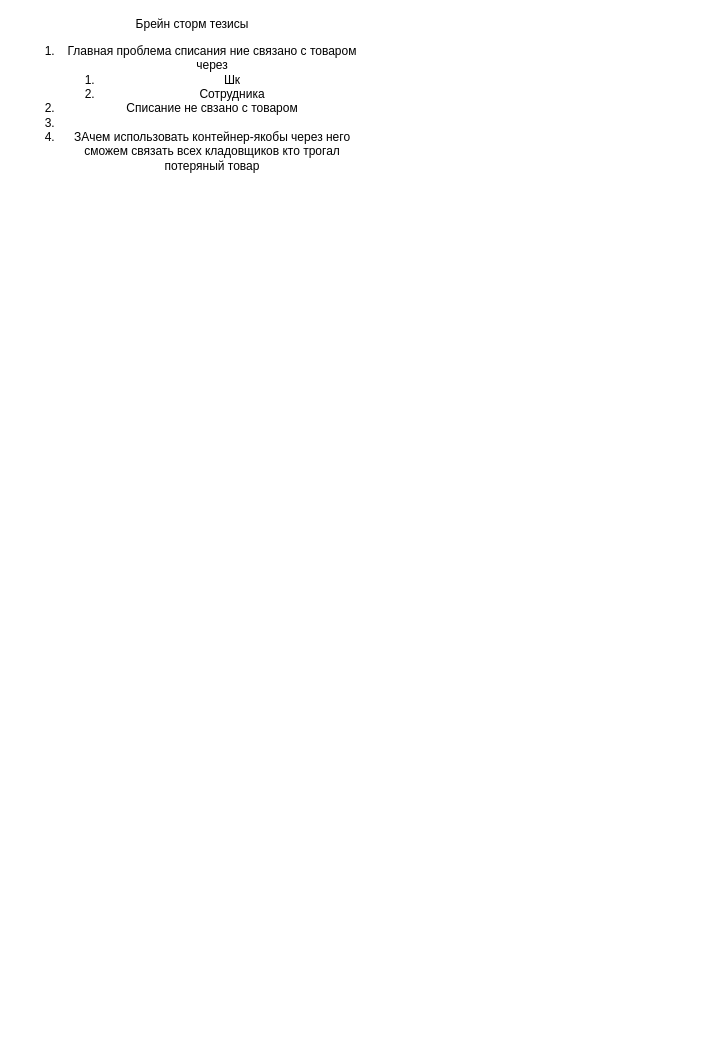
This is Write_off_wh.drawio from AntonKoltsov85/Schemes, a draw.io file, before an edit. Source tidied: cells renumbered, new cells numbered last; positions are measured from the earlier drawing's top-left corner, leaving out a move shared by most shapes. Both pictures are drawn from the tidied source at 100%, with x=0, y=0 at pixel (17, 38).
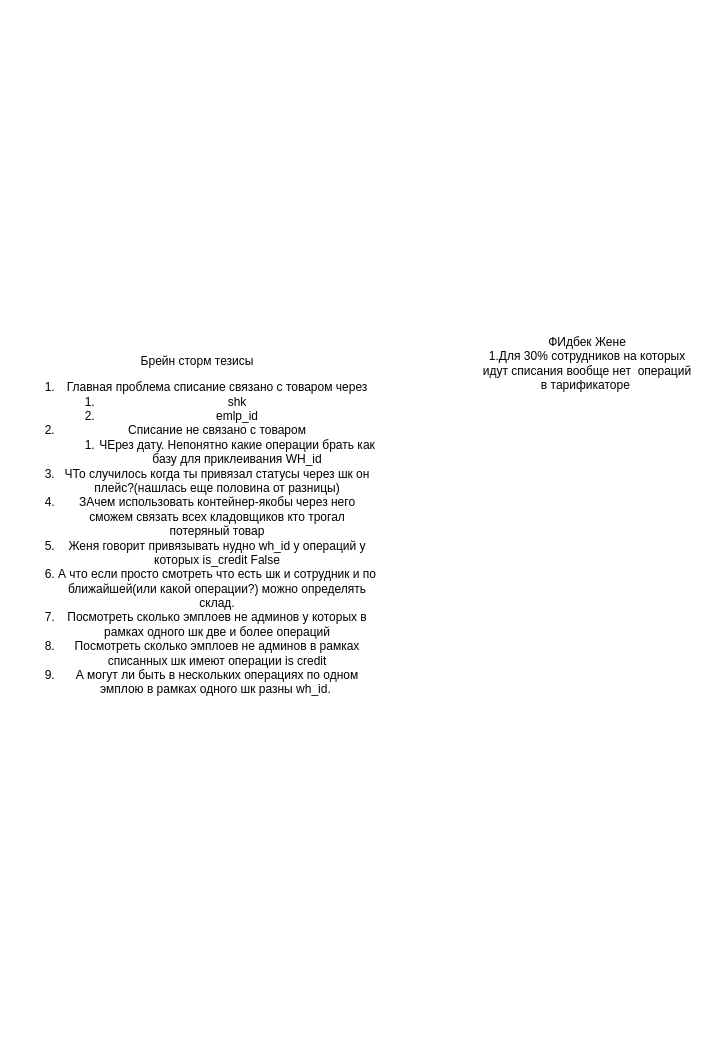
Above is the later version.

Change to the diagram source:
```diff
@@
 <mxGraphModel>
   <root>
     <mxCell id="0" />
     <mxCell id="1" parent="0" />
-    <mxCell id="2" value="Брейн сторм тезисы&lt;div&gt;&lt;ol&gt;&lt;li&gt;Главная проблема списания ние связано с товаром через&lt;/li&gt;&lt;ol&gt;&lt;li&gt;Шк&lt;/li&gt;&lt;li&gt;Сотрудника&lt;/li&gt;&lt;/ol&gt;&lt;li&gt;Списание не свзано с товаром&lt;/li&gt;&lt;li&gt;&lt;br&gt;&lt;/li&gt;&lt;li&gt;ЗАчем использовать контейнер-якобы через него сможем связать всех кладовщиков кто трогал потеряный товар&lt;/li&gt;&lt;/ol&gt;&lt;div&gt;&lt;br&gt;&lt;/div&gt;&lt;/div&gt;" style="text;html=1;align=center;verticalAlign=middle;whiteSpace=wrap;rounded=0;" parent="1" vertex="1">
-      <mxGeometry width="350" height="140" as="geometry" />
+    <mxCell id="2" value="Брейн сторм тезисы&lt;div&gt;&lt;ol&gt;&lt;li&gt;Главная проблема списание связано с товаром через&lt;/li&gt;&lt;ol&gt;&lt;li&gt;shk&lt;/li&gt;&lt;li&gt;emlp_id&lt;/li&gt;&lt;/ol&gt;&lt;li&gt;Списание не связано с товаром&lt;/li&gt;&lt;ol&gt;&lt;li&gt;ЧЕрез дату. Непонятно какие операции брать как базу для приклеивания WH_id&lt;/li&gt;&lt;/ol&gt;&lt;li&gt;ЧТо случилось когда ты привязал статусы через шк он плейс?(нашлась еще половина от разницы)&lt;/li&gt;&lt;li&gt;ЗАчем использовать контейнер-якобы через него сможем связать всех кладовщиков кто трогал потеряный товар&lt;/li&gt;&lt;li&gt;Женя говорит привязывать нудно wh_id у операций у которых is_credit False&lt;/li&gt;&lt;li&gt;А что если просто смотреть что есть шк и сотрудник и по ближайшей(или какой операции?) можно определять склад.&lt;/li&gt;&lt;li&gt;Посмотреть сколько эмплоев не админов у которых в рамках одного шк две и более операций&lt;/li&gt;&lt;li&gt;Посмотреть сколько эмплоев не админов в рамках списанных шк имеют операции is credit&lt;/li&gt;&lt;li&gt;А могут ли быть в нескольких операциях по одном эмплою в рамках одного шк разны wh_id.&amp;nbsp;&lt;/li&gt;&lt;/ol&gt;&lt;div&gt;&lt;br&gt;&lt;/div&gt;&lt;/div&gt;" style="text;html=1;align=center;verticalAlign=middle;whiteSpace=wrap;rounded=0;" parent="1" vertex="1">
+      <mxGeometry width="360" height="1000" as="geometry" />
     </mxCell>
+    <mxCell id="3" value="ФИдбек Жене&lt;div&gt;1.Для 30% сотрудников на которых идут списания вообще нет&amp;nbsp; операций в тарификаторе&amp;nbsp;&lt;/div&gt;" style="text;html=1;align=center;verticalAlign=middle;whiteSpace=wrap;rounded=0;" parent="1" vertex="1">
+      <mxGeometry x="460" y="290" width="220" height="70" as="geometry" />
+    </mxCell>
   </root>
 </mxGraphModel>
```
